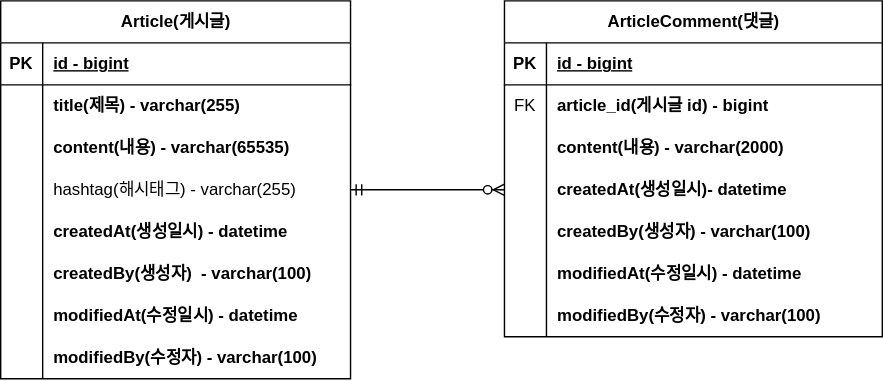
The draw.io diagram document/project-board-erd.svg in slows14tem/fastcampus-project-board, before a commit. Source tidied: cells renumbered, new cells last; positions are measured from the earlier drawing's top-left corner, leaving out a move shared by most shapes.
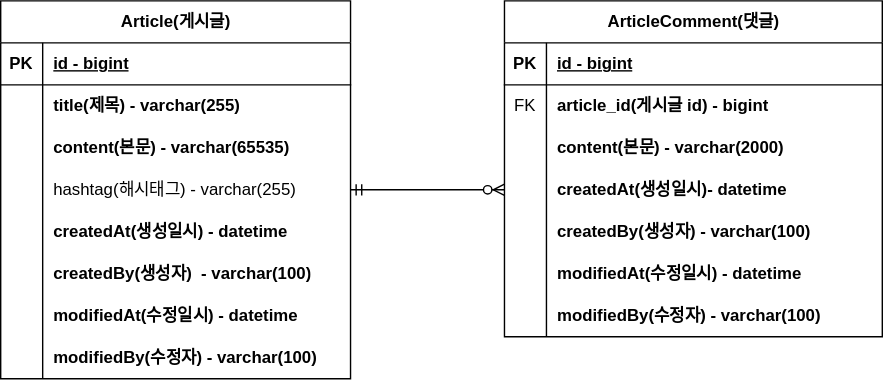
Above is the later version.

What changed in the source:
```diff
@@ -29,7 +29,7 @@
     <mxCell id="10" style="shape=partialRectangle;fillColor=none;top=0;left=0;bottom=0;right=0;overflow=hidden;whiteSpace=wrap;html=1;" parent="9" vertex="1">
       <mxGeometry width="30" height="30" as="geometry" />
     </mxCell>
-    <mxCell id="11" value="content(내용) - varchar(65535)" style="shape=partialRectangle;fillColor=none;top=0;left=0;bottom=0;right=0;align=left;spacingLeft=6;overflow=hidden;whiteSpace=wrap;html=1;fontStyle=1;" parent="9" vertex="1">
+    <mxCell id="11" value="content(본문) - varchar(65535)" style="shape=partialRectangle;fillColor=none;top=0;left=0;bottom=0;right=0;align=left;spacingLeft=6;overflow=hidden;whiteSpace=wrap;html=1;fontStyle=1;" parent="9" vertex="1">
       <mxGeometry x="30" width="220" height="30" as="geometry" />
     </mxCell>
     <mxCell id="12" style="shape=tableRow;horizontal=0;startSize=0;swimlaneHead=0;swimlaneBody=0;fillColor=none;points=[[0,0.5],[1,0.5]];portConstraint=eastwest;top=0;left=0;right=0;bottom=0;" parent="2" vertex="1">
@@ -104,7 +104,7 @@
     <mxCell id="35" style="shape=partialRectangle;fillColor=none;top=0;left=0;bottom=0;right=0;overflow=hidden;whiteSpace=wrap;html=1;" parent="34" vertex="1">
       <mxGeometry width="30" height="30" as="geometry" />
     </mxCell>
-    <mxCell id="36" value="content(내용)&amp;nbsp;- varchar(2000)" style="shape=partialRectangle;fillColor=none;top=0;left=0;bottom=0;right=0;align=left;spacingLeft=6;overflow=hidden;whiteSpace=wrap;html=1;fontStyle=1;" parent="34" vertex="1">
+    <mxCell id="36" value="content(본문)&amp;nbsp;- varchar(2000)" style="shape=partialRectangle;fillColor=none;top=0;left=0;bottom=0;right=0;align=left;spacingLeft=6;overflow=hidden;whiteSpace=wrap;html=1;fontStyle=1;" parent="34" vertex="1">
       <mxGeometry x="30" width="240" height="30" as="geometry" />
     </mxCell>
     <mxCell id="37" style="shape=tableRow;horizontal=0;startSize=0;swimlaneHead=0;swimlaneBody=0;fillColor=none;points=[[0,0.5],[1,0.5]];portConstraint=eastwest;top=0;left=0;right=0;bottom=0;" parent="27" vertex="1">
```
